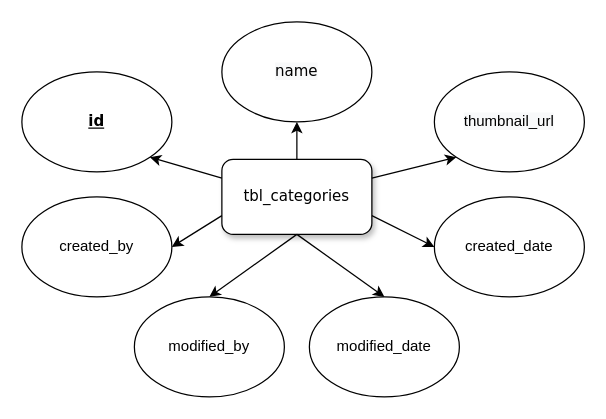
This is assets/flow-chart/entity-categories.drawio from anhnbt-it/e-Commerce-CMS, a draw.io file, before an edit. Source tidied: cells renumbered, new cells numbered last; positions are measured from the earlier drawing's top-left corner, leaving out a move shared by most shapes. Both pictures are drawn from the tidied source at 125%, with x=0, y=0 at pixel (21, 21).
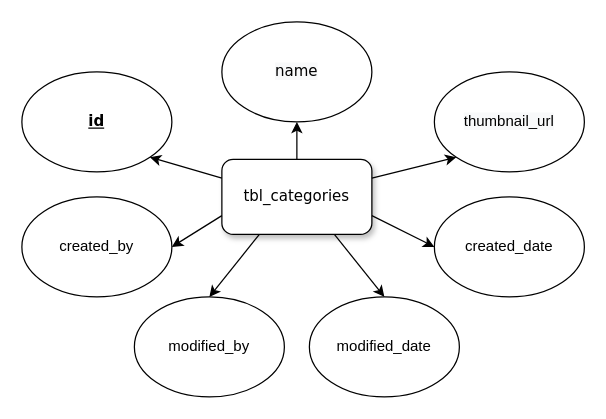
Above is the later version.

Commit message:
Kẻ lại đường mũi tên

Diff of the diagram source:
```diff
@@
 <mxGraphModel background="#ffffff">
   <root>
     <mxCell id="0" />
     <mxCell id="1" parent="0" />
     <mxCell id="2" style="edgeStyle=orthogonalEdgeStyle;rounded=0;jettySize=auto;html=1;" parent="1" edge="1" source="3" target="10">
       <mxGeometry relative="1" as="geometry" />
     </mxCell>
     <mxCell id="3" value="tbl_categories" style="whiteSpace=wrap;html=1;rounded=1;shadow=1;labelBackgroundColor=none;strokeWidth=1;fontFamily=Verdana;fontSize=12;align=center;" parent="1" vertex="1">
       <mxGeometry x="160" y="110" width="120" height="60" as="geometry" />
     </mxCell>
     <mxCell id="4" value="&lt;u style=&quot;font-family: &amp;#34;verdana&amp;#34;&quot;&gt;&lt;b&gt;id&lt;/b&gt;&lt;/u&gt;" style="ellipse;whiteSpace=wrap;html=1;glass=0;sketch=0;fillColor=#ffffff;" parent="1" vertex="1">
       <mxGeometry y="40" width="120" height="80" as="geometry" />
     </mxCell>
     <mxCell id="5" value="&lt;span&gt;created_by&lt;/span&gt;" style="ellipse;whiteSpace=wrap;html=1;glass=0;sketch=0;fillColor=#ffffff;" parent="1" vertex="1">
       <mxGeometry y="140" width="120" height="80" as="geometry" />
     </mxCell>
     <mxCell id="6" value="&lt;span&gt;modified_by&lt;/span&gt;" style="ellipse;whiteSpace=wrap;html=1;glass=0;sketch=0;fillColor=#ffffff;" parent="1" vertex="1">
       <mxGeometry x="90" y="220" width="120" height="80" as="geometry" />
     </mxCell>
     <mxCell id="7" value="&lt;span&gt;modified_date&lt;/span&gt;" style="ellipse;whiteSpace=wrap;html=1;glass=0;sketch=0;fillColor=#ffffff;" parent="1" vertex="1">
       <mxGeometry x="230" y="220" width="120" height="80" as="geometry" />
     </mxCell>
     <mxCell id="8" value="&lt;span&gt;created_date&lt;/span&gt;" style="ellipse;whiteSpace=wrap;html=1;glass=0;sketch=0;fillColor=#ffffff;" parent="1" vertex="1">
       <mxGeometry x="330" y="140" width="120" height="80" as="geometry" />
     </mxCell>
     <mxCell id="9" value="&#10;&#10;&lt;span style=&quot;color: rgb(0, 0, 0); font-family: helvetica; font-size: 12px; font-style: normal; font-weight: 400; letter-spacing: normal; text-align: center; text-indent: 0px; text-transform: none; word-spacing: 0px; background-color: rgb(248, 249, 250); display: inline; float: none;&quot;&gt;thumbnail_url&lt;/span&gt;&#10;&#10;" style="ellipse;whiteSpace=wrap;html=1;glass=0;sketch=0;fillColor=#ffffff;" parent="1" vertex="1">
       <mxGeometry x="330" y="40" width="120" height="80" as="geometry" />
     </mxCell>
     <mxCell id="10" value="&#10;&#10;&lt;span style=&quot;color: rgb(0, 0, 0); font-family: verdana; font-size: 12px; font-style: normal; font-weight: 400; letter-spacing: normal; text-align: center; text-indent: 0px; text-transform: none; word-spacing: 0px; background-color: rgb(248, 249, 250); display: inline; float: none;&quot;&gt;name&lt;/span&gt;&#10;&#10;" style="ellipse;whiteSpace=wrap;html=1;glass=0;sketch=0;fillColor=#ffffff;" parent="1" vertex="1">
       <mxGeometry x="160" width="120" height="80" as="geometry" />
     </mxCell>
     <mxCell id="11" style="endArrow=classic;html=1;entryX=1;entryY=1;entryDx=0;entryDy=0;exitX=0;exitY=0.25;exitDx=0;exitDy=0;" parent="1" edge="1" source="3" target="4">
       <mxGeometry relative="1" as="geometry" />
     </mxCell>
     <mxCell id="12" style="endArrow=classic;html=1;entryX=1;entryY=0.5;entryDx=0;entryDy=0;exitX=0;exitY=0.75;exitDx=0;exitDy=0;" parent="1" edge="1" source="3" target="5">
       <mxGeometry relative="1" as="geometry" />
     </mxCell>
     <mxCell id="13" style="endArrow=classic;html=1;entryX=0;entryY=1;entryDx=0;entryDy=0;exitX=1;exitY=0.25;exitDx=0;exitDy=0;" parent="1" edge="1" source="3" target="9">
       <mxGeometry relative="1" as="geometry" />
     </mxCell>
     <mxCell id="14" style="endArrow=classic;html=1;entryX=0;entryY=0.5;entryDx=0;entryDy=0;exitX=1;exitY=0.75;exitDx=0;exitDy=0;" parent="1" edge="1" source="3" target="8">
       <mxGeometry relative="1" as="geometry" />
     </mxCell>
-    <mxCell id="15" style="endArrow=classic;html=1;exitX=0.5;exitY=1;exitDx=0;exitDy=0;entryX=0.5;entryY=0;entryDx=0;entryDy=0;" parent="1" edge="1" source="3" target="6">
+    <mxCell id="15" style="endArrow=classic;html=1;exitX=0.25;exitY=1;exitDx=0;exitDy=0;entryX=0.5;entryY=0;entryDx=0;entryDy=0;" parent="1" edge="1" source="3" target="6">
       <mxGeometry relative="1" as="geometry" />
     </mxCell>
-    <mxCell id="16" style="endArrow=classic;html=1;exitX=0.5;exitY=1;exitDx=0;exitDy=0;entryX=0.5;entryY=0;entryDx=0;entryDy=0;" parent="1" edge="1" source="3" target="7">
+    <mxCell id="16" style="endArrow=classic;html=1;exitX=0.75;exitY=1;exitDx=0;exitDy=0;entryX=0.5;entryY=0;entryDx=0;entryDy=0;" parent="1" edge="1" source="3" target="7">
       <mxGeometry relative="1" as="geometry" />
     </mxCell>
   </root>
 </mxGraphModel>
```
